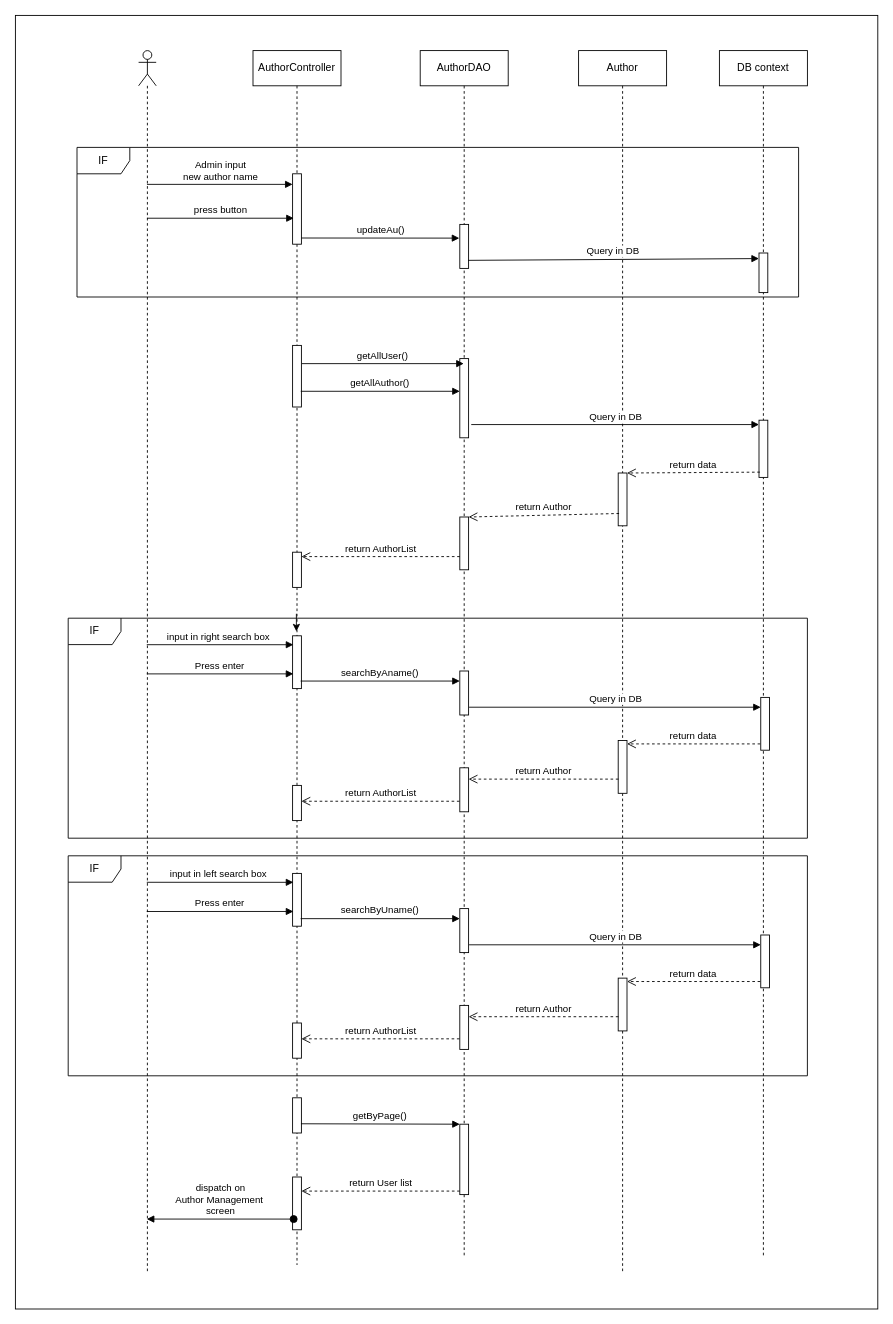
Above: page "Trang-5" (5 of 8) of te3.drawio in baspdd/desktop-tutorial (draw.io), before the change. Source tidied: cells renumbered, new cells numbered last; positions are measured from the earlier drawing's top-left corner, leaving out a move shared by most shapes. Both pictures are drawn from the tidied source at 88%, with x=0, y=0 at pixel (15, 15).
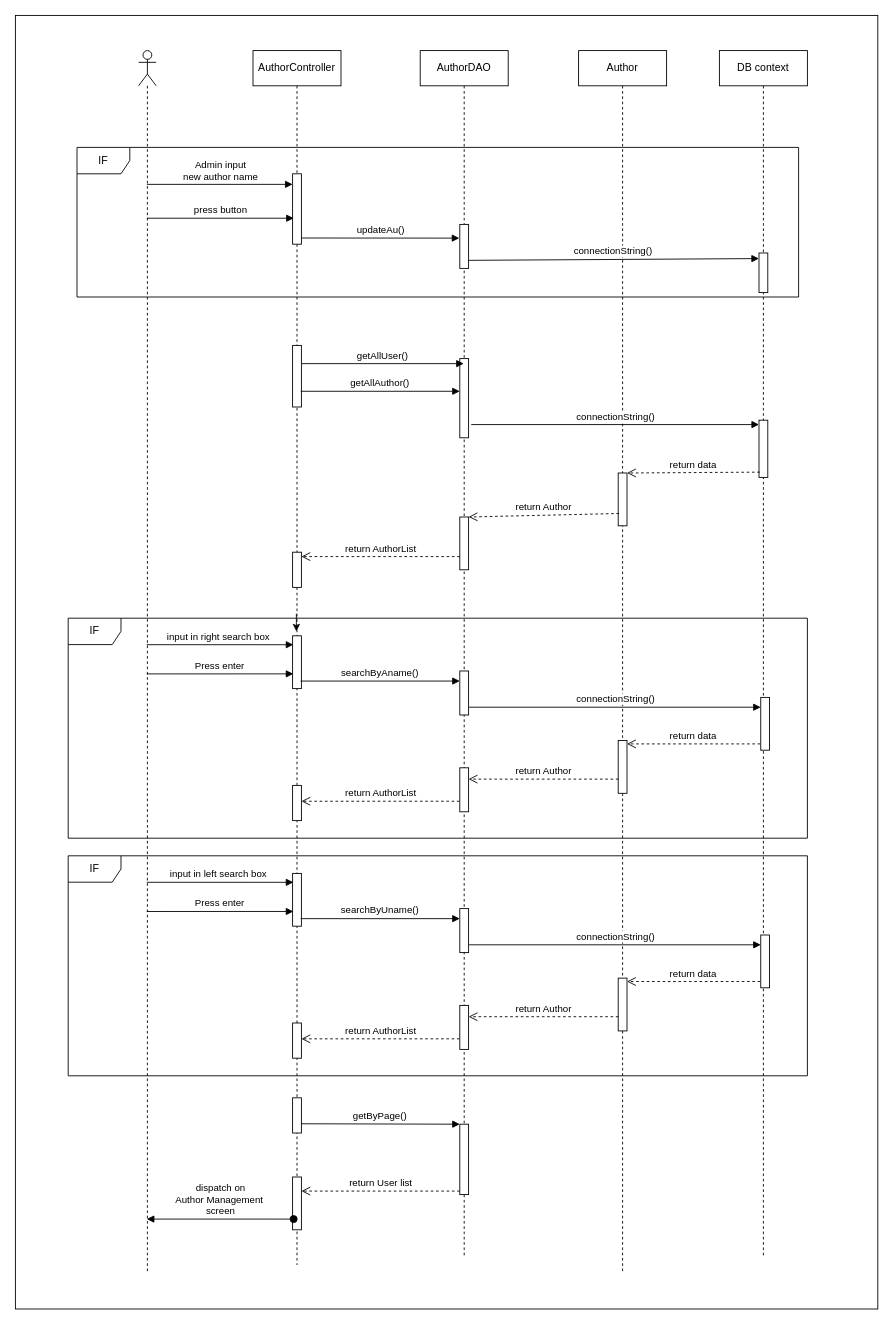
The same page after the edit.

Unchanged cells that the change refers to:
```xml
<mxCell id="16" style="html=1;points=[];perimeter=orthogonalPerimeter;" parent="15" vertex="1">
  <mxGeometry x="45" y="197.5" width="10" height="50" as="geometry" />
</mxCell>
<mxCell id="17" style="html=1;points=[];perimeter=orthogonalPerimeter;" parent="15" vertex="1">
  <mxGeometry x="45" y="350" width="10" height="90" as="geometry" />
</mxCell>
<mxCell id="19" style="html=1;points=[];perimeter=orthogonalPerimeter;" parent="15" vertex="1">
  <mxGeometry x="45" y="705" width="10" height="50" as="geometry" />
</mxCell>
<mxCell id="26" style="html=1;points=[];perimeter=orthogonalPerimeter;" parent="25" vertex="1">
  <mxGeometry x="45" y="230" width="10" height="45" as="geometry" />
</mxCell>
<mxCell id="27" style="html=1;points=[];perimeter=orthogonalPerimeter;" parent="25" vertex="1">
  <mxGeometry x="45" y="420" width="10" height="65" as="geometry" />
</mxCell>
<mxCell id="28" style="html=1;points=[];perimeter=orthogonalPerimeter;" parent="25" vertex="1">
  <mxGeometry x="47" y="735" width="10" height="60" as="geometry" />
</mxCell>
<mxCell id="51" style="html=1;points=[];perimeter=orthogonalPerimeter;" parent="1" vertex="1">
  <mxGeometry x="505" y="1015" width="10" height="50" as="geometry" />
</mxCell>
<mxCell id="54" style="html=1;points=[];perimeter=orthogonalPerimeter;" parent="1" vertex="1">
  <mxGeometry x="847" y="1045" width="10" height="60" as="geometry" />
</mxCell>
```

Diff of the diagram source:
```diff
@@
-    <mxCell id="31" value="Query in DB" style="html=1;verticalAlign=bottom;endArrow=block;rounded=0;exitX=0.948;exitY=0.817;exitDx=0;exitDy=0;exitPerimeter=0;entryX=-0.005;entryY=0.141;entryDx=0;entryDy=0;entryPerimeter=0;" parent="1" edge="1" source="16" target="26">
+    <mxCell id="31" value="connectionString()" style="html=1;verticalAlign=bottom;endArrow=block;rounded=0;exitX=0.948;exitY=0.817;exitDx=0;exitDy=0;exitPerimeter=0;entryX=-0.005;entryY=0.141;entryDx=0;entryDy=0;entryPerimeter=0;" parent="1" edge="1" source="16" target="26">
       <mxGeometry relative="1" as="geometry" />
     </mxCell>
@@
-    <mxCell id="33" value="Query in DB" style="html=1;verticalAlign=bottom;endArrow=block;rounded=0;exitX=1.3;exitY=0.833;exitDx=0;exitDy=0;exitPerimeter=0;" parent="1" edge="1" source="17" target="27">
+    <mxCell id="33" value="connectionString()" style="html=1;verticalAlign=bottom;endArrow=block;rounded=0;exitX=1.3;exitY=0.833;exitDx=0;exitDy=0;exitPerimeter=0;" parent="1" edge="1" source="17" target="27">
       <mxGeometry relative="1" as="geometry" />
     </mxCell>
@@
-    <mxCell id="39" value="Query in DB" style="html=1;verticalAlign=bottom;endArrow=block;rounded=0;exitX=1.057;exitY=0.823;exitDx=0;exitDy=0;exitPerimeter=0;" parent="1" edge="1" source="19" target="28">
+    <mxCell id="39" value="connectionString()" style="html=1;verticalAlign=bottom;endArrow=block;rounded=0;exitX=1.057;exitY=0.823;exitDx=0;exitDy=0;exitPerimeter=0;" parent="1" edge="1" source="19" target="28">
       <mxGeometry relative="1" as="geometry" />
     </mxCell>
@@
-    <mxCell id="57" value="Query in DB" style="html=1;verticalAlign=bottom;endArrow=block;rounded=0;exitX=1.057;exitY=0.823;exitDx=0;exitDy=0;exitPerimeter=0;" parent="1" edge="1" source="51" target="54">
+    <mxCell id="57" value="connectionString()" style="html=1;verticalAlign=bottom;endArrow=block;rounded=0;exitX=1.057;exitY=0.823;exitDx=0;exitDy=0;exitPerimeter=0;" parent="1" edge="1" source="51" target="54">
       <mxGeometry relative="1" as="geometry" />
     </mxCell>
```
